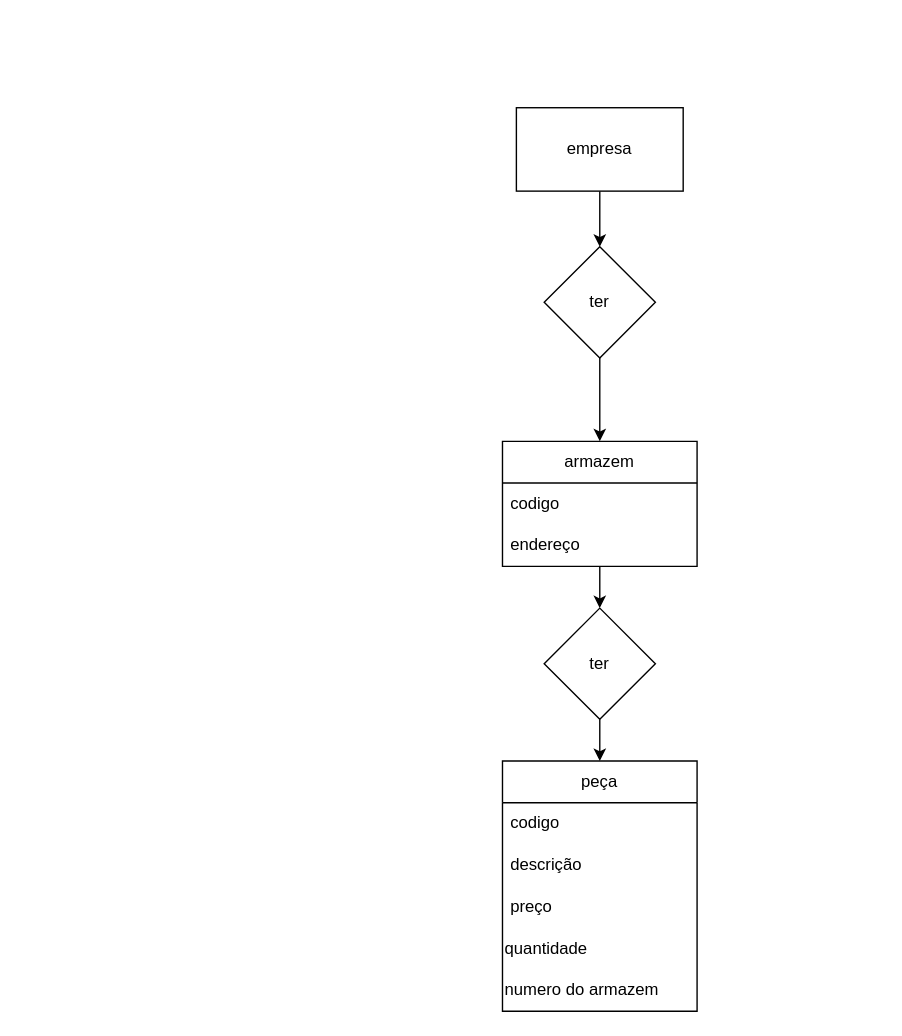
This is empresa.drawio from DarkDuck-VJ/BancoDados, a draw.io file, before an edit. Source tidied: cells renumbered, new cells numbered last; positions are measured from the earlier drawing's top-left corner, leaving out a move shared by most shapes. Both pictures are drawn from the tidied source at 139%, with x=0, y=0 at pixel (502, 107).
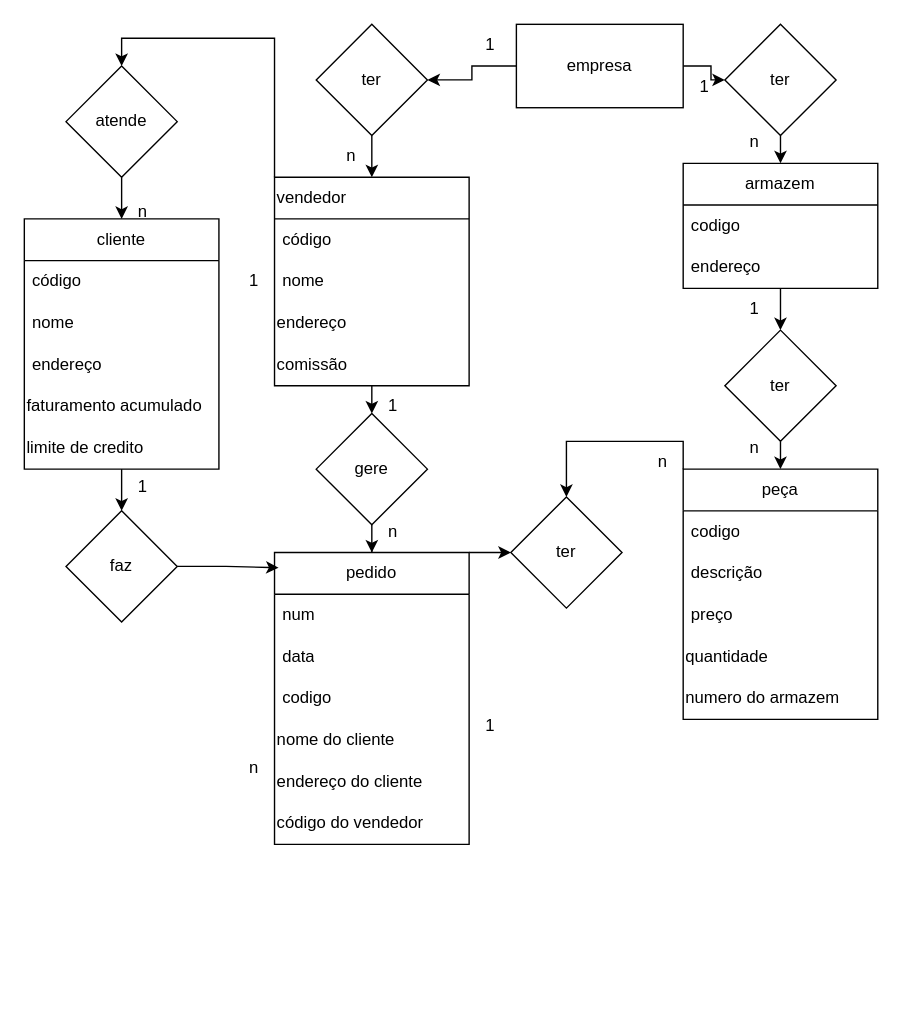
The same page after the edit.

Diff of the diagram source:
```diff
@@
+    <mxCell id="18" style="edgeStyle=orthogonalEdgeStyle;rounded=0;jettySize=auto;html=1;" parent="1" edge="1" source="3" target="21">
+      <mxGeometry relative="1" as="geometry" />
+    </mxCell>
     <mxCell id="3" value="empresa" style="whiteSpace=wrap;html=1;" parent="1" vertex="1">
-      <mxGeometry x="10" width="120" height="60" as="geometry" />
+      <mxGeometry x="10" y="-60" width="120" height="60" as="geometry" />
     </mxCell>
@@
     <mxCell id="5" value="ter" style="rhombus;whiteSpace=wrap;html=1;" parent="1" vertex="1">
-      <mxGeometry x="30" y="100" width="80" height="80" as="geometry" />
+      <mxGeometry x="160" y="-60" width="80" height="80" as="geometry" />
     </mxCell>
@@
     <mxCell id="7" value="armazem" style="swimlane;fontStyle=0;horizontal=1;startSize=30;whiteSpace=wrap;html=1;" parent="1" vertex="1">
-      <mxGeometry y="240" width="140" height="90" as="geometry" />
+      <mxGeometry x="130" y="40" width="140" height="90" as="geometry" />
     </mxCell>
@@
     <mxCell id="11" value="ter" style="rhombus;whiteSpace=wrap;html=1;" parent="1" vertex="1">
-      <mxGeometry x="30" y="360" width="80" height="80" as="geometry" />
+      <mxGeometry x="160" y="160" width="80" height="80" as="geometry" />
     </mxCell>
+    <mxCell id="19" style="edgeStyle=orthogonalEdgeStyle;rounded=0;jettySize=auto;html=1;exitX=0;exitY=0;exitDx=0;exitDy=0;entryX=0.5;entryY=0;entryDx=0;entryDy=0;" parent="1" edge="1" source="12" target="53">
+      <mxGeometry relative="1" as="geometry" />
+    </mxCell>
     <mxCell id="12" value="peça" style="swimlane;fontStyle=0;horizontal=1;startSize=30;whiteSpace=wrap;html=1;" parent="1" vertex="1">
-      <mxGeometry y="470" width="140" height="180" as="geometry" />
+      <mxGeometry x="130" y="260" width="140" height="180" as="geometry" />
     </mxCell>
@@
+    <mxCell id="20" style="edgeStyle=orthogonalEdgeStyle;rounded=0;jettySize=auto;html=1;exitX=0.5;exitY=1;exitDx=0;exitDy=0;entryX=0.5;entryY=0;entryDx=0;entryDy=0;" parent="1" edge="1" source="21" target="24">
+      <mxGeometry relative="1" as="geometry" />
+    </mxCell>
+    <mxCell id="21" value="ter" style="rhombus;whiteSpace=wrap;html=1;" parent="1" vertex="1">
+      <mxGeometry x="-134" y="-60" width="80" height="80" as="geometry" />
+    </mxCell>
+    <mxCell id="22" style="edgeStyle=orthogonalEdgeStyle;rounded=0;jettySize=auto;html=1;exitX=0.5;exitY=1;exitDx=0;exitDy=0;entryX=0.5;entryY=0;entryDx=0;entryDy=0;" parent="1" edge="1" source="24" target="30">
+      <mxGeometry relative="1" as="geometry" />
+    </mxCell>
+    <mxCell id="23" style="edgeStyle=orthogonalEdgeStyle;rounded=0;jettySize=auto;html=1;exitX=0;exitY=0;exitDx=0;exitDy=0;entryX=0.5;entryY=0;entryDx=0;entryDy=0;" parent="1" edge="1" source="24" target="47">
+      <mxGeometry relative="1" as="geometry" />
+    </mxCell>
+    <mxCell id="24" value="vendedor" style="swimlane;fontStyle=0;horizontal=1;startSize=30;whiteSpace=wrap;html=1;align=left;" parent="1" vertex="1">
+      <mxGeometry x="-164" y="50" width="140" height="150" as="geometry" />
+    </mxCell>
+    <mxCell id="25" value="código" style="text;strokeColor=none;fillColor=none;align=left;verticalAlign=middle;spacingLeft=4;spacingRight=4;overflow=hidden;whiteSpace=wrap;html=1;" parent="24" vertex="1">
+      <mxGeometry y="30" width="140" height="30" as="geometry" />
+    </mxCell>
+    <mxCell id="26" value="&lt;div&gt;nome&lt;br&gt;&lt;/div&gt;" style="text;strokeColor=none;fillColor=none;align=left;verticalAlign=middle;spacingLeft=4;spacingRight=4;overflow=hidden;whiteSpace=wrap;html=1;" parent="24" vertex="1">
+      <mxGeometry y="60" width="140" height="30" as="geometry" />
+    </mxCell>
+    <mxCell id="27" value="&lt;div&gt;endereço&lt;/div&gt;" style="text;html=1;align=left;verticalAlign=middle;strokeColor=none;fillColor=none;" parent="24" vertex="1">
+      <mxGeometry y="90" width="140" height="30" as="geometry" />
+    </mxCell>
+    <mxCell id="28" value="comissão" style="text;html=1;align=left;verticalAlign=middle;strokeColor=none;fillColor=none;fontStyle=0;" parent="24" vertex="1">
+      <mxGeometry y="120" width="140" height="30" as="geometry" />
+    </mxCell>
+    <mxCell id="29" style="edgeStyle=orthogonalEdgeStyle;rounded=0;jettySize=auto;html=1;entryX=0.5;entryY=0;entryDx=0;entryDy=0;" parent="1" edge="1" source="30" target="32">
+      <mxGeometry relative="1" as="geometry" />
+    </mxCell>
+    <mxCell id="30" value="gere" style="rhombus;whiteSpace=wrap;html=1;" parent="1" vertex="1">
+      <mxGeometry x="-134" y="220" width="80" height="80" as="geometry" />
+    </mxCell>
+    <mxCell id="31" style="edgeStyle=orthogonalEdgeStyle;rounded=0;jettySize=auto;html=1;exitX=1;exitY=0;exitDx=0;exitDy=0;entryX=0;entryY=0.5;entryDx=0;entryDy=0;" parent="1" edge="1" source="32" target="53">
+      <mxGeometry relative="1" as="geometry" />
+    </mxCell>
+    <mxCell id="32" value="pedido" style="swimlane;fontStyle=0;horizontal=1;startSize=30;whiteSpace=wrap;html=1;" parent="1" vertex="1">
+      <mxGeometry x="-164" y="320" width="140" height="210" as="geometry" />
+    </mxCell>
+    <mxCell id="33" value="num" style="text;strokeColor=none;fillColor=none;align=left;verticalAlign=middle;spacingLeft=4;spacingRight=4;overflow=hidden;whiteSpace=wrap;html=1;" parent="32" vertex="1">
+      <mxGeometry y="30" width="140" height="30" as="geometry" />
+    </mxCell>
+    <mxCell id="34" value="data" style="text;strokeColor=none;fillColor=none;align=left;verticalAlign=middle;spacingLeft=4;spacingRight=4;overflow=hidden;whiteSpace=wrap;html=1;" parent="32" vertex="1">
+      <mxGeometry y="60" width="140" height="30" as="geometry" />
+    </mxCell>
+    <mxCell id="35" value="codigo" style="text;strokeColor=none;fillColor=none;align=left;verticalAlign=middle;spacingLeft=4;spacingRight=4;overflow=hidden;whiteSpace=wrap;html=1;" parent="32" vertex="1">
+      <mxGeometry y="90" width="140" height="30" as="geometry" />
+    </mxCell>
+    <mxCell id="36" value="nome do cliente" style="text;html=1;align=left;verticalAlign=middle;strokeColor=none;fillColor=none;" parent="32" vertex="1">
+      <mxGeometry y="120" width="140" height="30" as="geometry" />
+    </mxCell>
+    <mxCell id="37" value="endereço do cliente" style="text;html=1;align=left;verticalAlign=middle;strokeColor=none;fillColor=none;" parent="32" vertex="1">
+      <mxGeometry y="150" width="140" height="30" as="geometry" />
+    </mxCell>
+    <mxCell id="38" value="código do vendedor" style="text;html=1;align=left;verticalAlign=middle;strokeColor=none;fillColor=none;" parent="32" vertex="1">
+      <mxGeometry y="180" width="140" height="30" as="geometry" />
+    </mxCell>
+    <mxCell id="39" style="edgeStyle=orthogonalEdgeStyle;rounded=0;jettySize=auto;html=1;exitX=0.5;exitY=1;exitDx=0;exitDy=0;entryX=0.5;entryY=0;entryDx=0;entryDy=0;" parent="1" edge="1" source="40" target="49">
+      <mxGeometry relative="1" as="geometry" />
+    </mxCell>
+    <mxCell id="40" value="cliente" style="swimlane;fontStyle=0;horizontal=1;startSize=30;whiteSpace=wrap;html=1;" parent="1" vertex="1">
+      <mxGeometry x="-344" y="80" width="140" height="180" as="geometry" />
+    </mxCell>
+    <mxCell id="41" value="código" style="text;strokeColor=none;fillColor=none;align=left;verticalAlign=middle;spacingLeft=4;spacingRight=4;overflow=hidden;whiteSpace=wrap;html=1;" parent="40" vertex="1">
+      <mxGeometry y="30" width="140" height="30" as="geometry" />
+    </mxCell>
+    <mxCell id="42" value="nome" style="text;strokeColor=none;fillColor=none;align=left;verticalAlign=middle;spacingLeft=4;spacingRight=4;overflow=hidden;whiteSpace=wrap;html=1;" parent="40" vertex="1">
+      <mxGeometry y="60" width="140" height="30" as="geometry" />
+    </mxCell>
+    <mxCell id="43" value="endereço" style="text;strokeColor=none;fillColor=none;align=left;verticalAlign=middle;spacingLeft=4;spacingRight=4;overflow=hidden;whiteSpace=wrap;html=1;" parent="40" vertex="1">
+      <mxGeometry y="90" width="140" height="30" as="geometry" />
+    </mxCell>
+    <mxCell id="44" value="faturamento acumulado" style="text;html=1;align=left;verticalAlign=middle;strokeColor=none;fillColor=none;" parent="40" vertex="1">
+      <mxGeometry y="120" width="140" height="30" as="geometry" />
+    </mxCell>
+    <mxCell id="45" value="limite de credito" style="text;html=1;align=left;verticalAlign=middle;strokeColor=none;fillColor=none;" parent="40" vertex="1">
+      <mxGeometry y="150" width="140" height="30" as="geometry" />
+    </mxCell>
+    <mxCell id="46" style="edgeStyle=orthogonalEdgeStyle;rounded=0;jettySize=auto;html=1;exitX=0.5;exitY=1;exitDx=0;exitDy=0;entryX=0.5;entryY=0;entryDx=0;entryDy=0;" parent="1" edge="1" source="47" target="40">
+      <mxGeometry relative="1" as="geometry" />
+    </mxCell>
+    <mxCell id="47" value="atende" style="rhombus;whiteSpace=wrap;html=1;" parent="1" vertex="1">
+      <mxGeometry x="-314" y="-30" width="80" height="80" as="geometry" />
+    </mxCell>
+    <mxCell id="48" style="edgeStyle=orthogonalEdgeStyle;rounded=0;jettySize=auto;html=1;exitX=1;exitY=0.5;exitDx=0;exitDy=0;entryX=0.021;entryY=0.052;entryDx=0;entryDy=0;entryPerimeter=0;" parent="1" edge="1" source="49" target="32">
+      <mxGeometry relative="1" as="geometry" />
+    </mxCell>
+    <mxCell id="49" value="faz" style="rhombus;whiteSpace=wrap;html=1;" parent="1" vertex="1">
+      <mxGeometry x="-314" y="290" width="80" height="80" as="geometry" />
+    </mxCell>
+    <mxCell id="50" value="1" style="text;html=1;align=center;verticalAlign=middle;strokeColor=none;fillColor=none;" parent="1" vertex="1">
+      <mxGeometry x="130" y="-30" width="30" height="30" as="geometry" />
+    </mxCell>
+    <mxCell id="51" value="n" style="text;html=1;align=center;verticalAlign=middle;strokeColor=none;fillColor=none;" parent="1" vertex="1">
+      <mxGeometry x="166" y="10" width="30" height="30" as="geometry" />
+    </mxCell>
+    <mxCell id="52" value="1" style="text;html=1;align=center;verticalAlign=middle;strokeColor=none;fillColor=none;" parent="1" vertex="1">
+      <mxGeometry x="166" y="130" width="30" height="30" as="geometry" />
+    </mxCell>
+    <mxCell id="53" value="ter" style="rhombus;whiteSpace=wrap;html=1;" parent="1" vertex="1">
+      <mxGeometry x="6" y="280" width="80" height="80" as="geometry" />
+    </mxCell>
+    <mxCell id="54" value="n" style="text;html=1;align=center;verticalAlign=middle;strokeColor=none;fillColor=none;" parent="1" vertex="1">
+      <mxGeometry x="166" y="230" width="30" height="30" as="geometry" />
+    </mxCell>
+    <mxCell id="55" value="n" style="text;html=1;align=center;verticalAlign=middle;strokeColor=none;fillColor=none;" parent="1" vertex="1">
+      <mxGeometry x="100" y="240" width="30" height="30" as="geometry" />
+    </mxCell>
+    <mxCell id="56" value="1" style="text;html=1;align=center;verticalAlign=middle;strokeColor=none;fillColor=none;" parent="1" vertex="1">
+      <mxGeometry x="-24" y="430" width="30" height="30" as="geometry" />
+    </mxCell>
+    <mxCell id="57" value="1" style="text;html=1;align=center;verticalAlign=middle;strokeColor=none;fillColor=none;" parent="1" vertex="1">
+      <mxGeometry x="-274" y="258" width="30" height="30" as="geometry" />
+    </mxCell>
+    <mxCell id="58" value="&lt;div&gt;n&lt;/div&gt;" style="text;html=1;align=center;verticalAlign=middle;strokeColor=none;fillColor=none;" parent="1" vertex="1">
+      <mxGeometry x="-194" y="460" width="30" height="30" as="geometry" />
+    </mxCell>
+    <mxCell id="59" value="n" style="text;html=1;align=center;verticalAlign=middle;strokeColor=none;fillColor=none;rotation=0;" parent="1" vertex="1">
+      <mxGeometry x="-94" y="290" width="30" height="30" as="geometry" />
+    </mxCell>
+    <mxCell id="60" value="1" style="text;html=1;align=center;verticalAlign=middle;strokeColor=none;fillColor=none;" parent="1" vertex="1">
+      <mxGeometry x="-94" y="200" width="30" height="30" as="geometry" />
+    </mxCell>
+    <mxCell id="61" value="1" style="text;html=1;align=center;verticalAlign=middle;strokeColor=none;fillColor=none;" parent="1" vertex="1">
+      <mxGeometry x="-194" y="110" width="30" height="30" as="geometry" />
+    </mxCell>
+    <mxCell id="62" value="n" style="text;html=1;align=center;verticalAlign=middle;strokeColor=none;fillColor=none;" parent="1" vertex="1">
+      <mxGeometry x="-274" y="60" width="30" height="30" as="geometry" />
+    </mxCell>
+    <mxCell id="63" value="1" style="text;html=1;align=center;verticalAlign=middle;strokeColor=none;fillColor=none;" parent="1" vertex="1">
+      <mxGeometry x="-24" y="-60" width="30" height="30" as="geometry" />
+    </mxCell>
+    <mxCell id="64" value="n" style="text;html=1;align=center;verticalAlign=middle;strokeColor=none;fillColor=none;" parent="1" vertex="1">
+      <mxGeometry x="-124" y="20" width="30" height="30" as="geometry" />
+    </mxCell>
```
